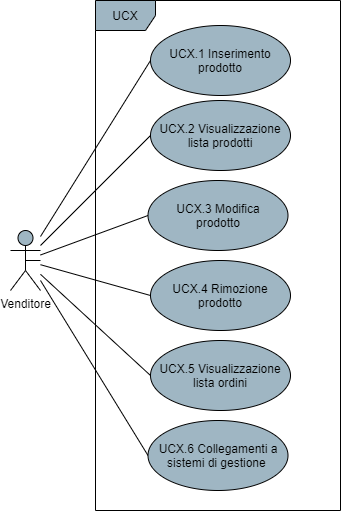
Earlier version of the draw.io export DocumentazioneEsterna/AnalisiDeiRequisiti/res/UseCase/Immagini/MerchantDashboard.png (Omicron-Team/Documentazione). Source tidied: cells renumbered, new cells last; positions are measured from the earlier drawing's top-left corner, leaving out a move shared by most shapes.
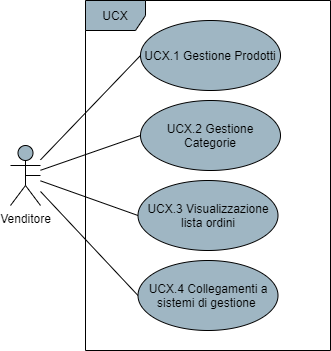
After the commit.

Commit message:
Aggiornato Login e Gestione Categorie

What changed in the source:
```diff
@@ -8,43 +8,29 @@
     <mxCell id="3" style="edgeStyle=none;rounded=0;jettySize=auto;html=1;entryX=0;entryY=0.5;entryDx=0;entryDy=0;endArrow=none;endFill=0;" parent="1" edge="1" source="8" target="11">
       <mxGeometry relative="1" as="geometry" />
     </mxCell>
-    <mxCell id="4" style="edgeStyle=none;rounded=0;jettySize=auto;html=1;entryX=0;entryY=0.5;entryDx=0;entryDy=0;endArrow=none;endFill=0;" parent="1" edge="1" source="8" target="12">
-      <mxGeometry relative="1" as="geometry" />
-    </mxCell>
-    <mxCell id="5" style="edgeStyle=none;rounded=0;jettySize=auto;html=1;entryX=0;entryY=0.5;entryDx=0;entryDy=0;endArrow=none;endFill=0;" parent="1" edge="1" source="8" target="13">
-      <mxGeometry relative="1" as="geometry" />
-    </mxCell>
     <mxCell id="6" style="edgeStyle=none;rounded=0;jettySize=auto;html=1;entryX=0;entryY=0.5;entryDx=0;entryDy=0;endArrow=none;endFill=0;" parent="1" edge="1" source="8" target="14">
       <mxGeometry relative="1" as="geometry" />
     </mxCell>
-    <mxCell id="7" style="rounded=0;jettySize=auto;html=1;entryX=0;entryY=0.5;entryDx=0;entryDy=0;startArrow=none;startFill=0;endArrow=none;endFill=0;" parent="1" edge="1" target="15">
-      <mxGeometry relative="1" as="geometry">
-        <mxPoint x="30" y="280" as="sourcePoint" />
-      </mxGeometry>
+    <mxCell id="7" style="rounded=0;jettySize=auto;html=1;entryX=0;entryY=0.5;entryDx=0;entryDy=0;startArrow=none;startFill=0;endArrow=none;endFill=0;" parent="1" edge="1" source="8" target="15">
+      <mxGeometry relative="1" as="geometry" />
     </mxCell>
     <mxCell id="8" value="Venditore" style="shape=umlActor;verticalLabelPosition=bottom;verticalAlign=top;html=1;fillColor=#9FB6C3;" parent="1" vertex="1">
-      <mxGeometry y="230" width="30" height="60" as="geometry" />
+      <mxGeometry x="10" y="145" width="30" height="60" as="geometry" />
     </mxCell>
     <mxCell id="9" value="UCX" style="shape=umlFrame;whiteSpace=wrap;html=1;fillColor=#9FB6C3;" parent="1" vertex="1">
-      <mxGeometry x="85" width="245" height="510" as="geometry" />
+      <mxGeometry x="85" width="245" height="350" as="geometry" />
     </mxCell>
-    <mxCell id="10" value="UCX.1 Inserimento prodotto" style="ellipse;whiteSpace=wrap;html=1;fillColor=#9FB6C3;" parent="1" vertex="1">
-      <mxGeometry x="140" y="25" width="140" height="70" as="geometry" />
+    <mxCell id="10" value="UCX.1 Gestione Prodotti" style="ellipse;whiteSpace=wrap;html=1;fillColor=#9FB6C3;" parent="1" vertex="1">
+      <mxGeometry x="140" y="20" width="140" height="70" as="geometry" />
     </mxCell>
-    <mxCell id="11" value="UCX.2 Visualizzazione lista prodotti" style="ellipse;whiteSpace=wrap;html=1;fillColor=#9FB6C3;" parent="1" vertex="1">
+    <mxCell id="11" value="UCX.2 Gestione Categorie" style="ellipse;whiteSpace=wrap;html=1;fillColor=#9FB6C3;" parent="1" vertex="1">
       <mxGeometry x="140" y="100" width="140" height="70" as="geometry" />
     </mxCell>
-    <mxCell id="12" value="UCX.3 Modifica&lt;br&gt;prodotto" style="ellipse;whiteSpace=wrap;html=1;fillColor=#9FB6C3;" parent="1" vertex="1">
-      <mxGeometry x="137.5" y="180" width="140" height="70" as="geometry" />
-    </mxCell>
-    <mxCell id="13" value="UCX.4 Rimozione prodotto" style="ellipse;whiteSpace=wrap;html=1;fillColor=#9FB6C3;" parent="1" vertex="1">
-      <mxGeometry x="140" y="260" width="140" height="70" as="geometry" />
-    </mxCell>
-    <mxCell id="14" value="UCX.5 Visualizzazione lista ordini" style="ellipse;whiteSpace=wrap;html=1;fillColor=#9FB6C3;" parent="1" vertex="1">
-      <mxGeometry x="140" y="340" width="140" height="70" as="geometry" />
+    <mxCell id="14" value="UCX.3 Visualizzazione lista ordini" style="ellipse;whiteSpace=wrap;html=1;fillColor=#9FB6C3;" parent="1" vertex="1">
+      <mxGeometry x="137.5" y="180" width="140" height="70" as="geometry" />
     </mxCell>
-    <mxCell id="15" value="UCX.6 Collegamenti a sistemi di gestione&amp;nbsp;" style="ellipse;whiteSpace=wrap;html=1;fillColor=#9FB6C3;" parent="1" vertex="1">
-      <mxGeometry x="137.5" y="420" width="140" height="70" as="geometry" />
+    <mxCell id="15" value="UCX.4 Collegamenti a sistemi di gestione&amp;nbsp;" style="ellipse;whiteSpace=wrap;html=1;fillColor=#9FB6C3;" parent="1" vertex="1">
+      <mxGeometry x="137.5" y="260" width="140" height="70" as="geometry" />
     </mxCell>
     <mxCell id="16" style="edgeStyle=none;rounded=0;orthogonalLoop=1;jettySize=auto;html=1;exitX=0.5;exitY=0.5;exitDx=0;exitDy=0;exitPerimeter=0;startArrow=none;startFill=0;endArrow=none;endFill=0;" parent="1" edge="1" source="8" target="8">
       <mxGeometry relative="1" as="geometry" />
```
